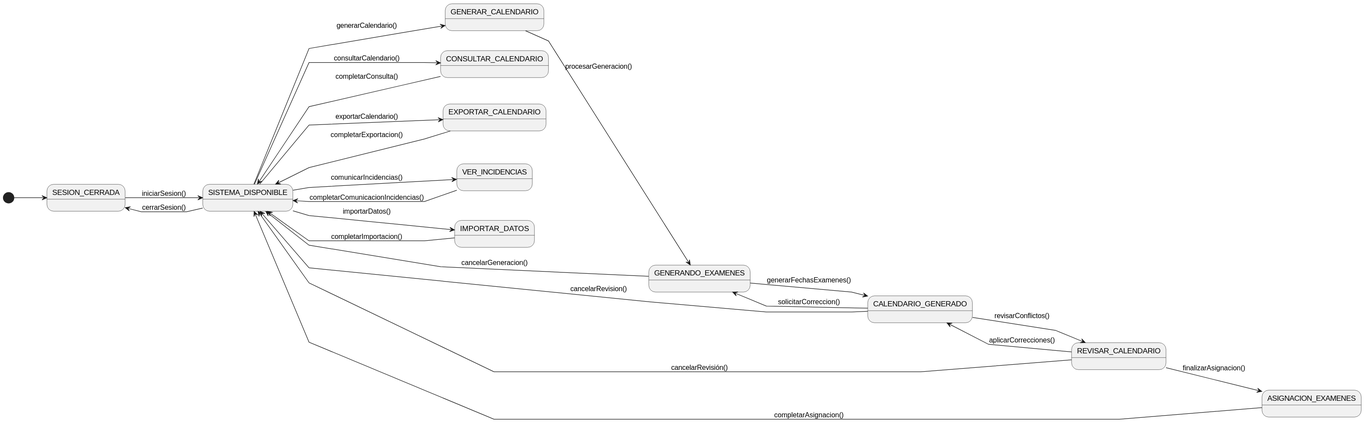
Alejandrojuarez0105/25-26-IdSw1-SdR keeps this PlantUML diagram as casos-de-uso/DiagramaDeContexto/images/DiagramaDeContextoGenerador.svg. Above is the earlier version.
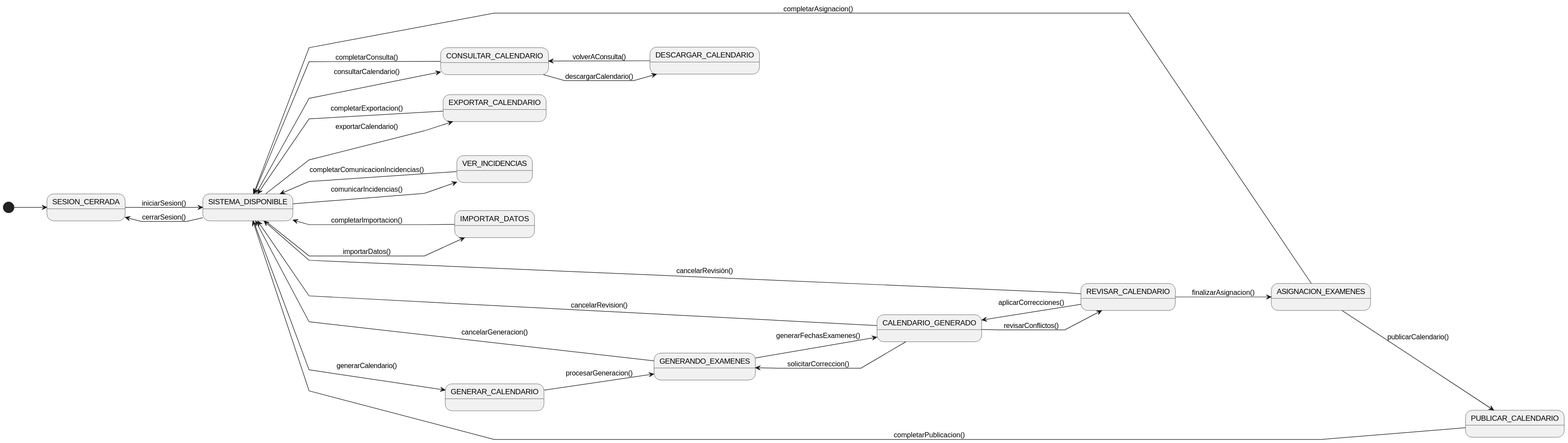
The same diagram one commit later.

Commit message:
Correccion del diagrama de contexto y agregando un README

Change to the diagram source:
```diff
@@ -14,6 +14,8 @@
 state "VER_INCIDENCIAS" as VerIncidencias
 state "IMPORTAR_DATOS" as ImportarDatos
 state "ASIGNACION_EXAMENES" as AsignacionExamenes
+state "DESCARGAR_CALENDARIO" as DescargarCalendario
+state "PUBLICAR_CALENDARIO" as PublicarCalendario
 
 [*] --> NoAuth
 
@@ -45,4 +47,9 @@
 GenerandoExamenes --> Menu : cancelarGeneracion()
 CalendarioGenerado --> Menu : cancelarRevision()
 RevisarCalendario --> Menu : cancelarRevisión()
+AsignacionExamenes --> PublicarCalendario: publicarCalendario()
+PublicarCalendario --> Menu : completarPublicacion()
+
+ConsultarCalendario --> DescargarCalendario: descargarCalendario()
+DescargarCalendario --> ConsultarCalendario : volverAConsulta()
 @enduml
```
